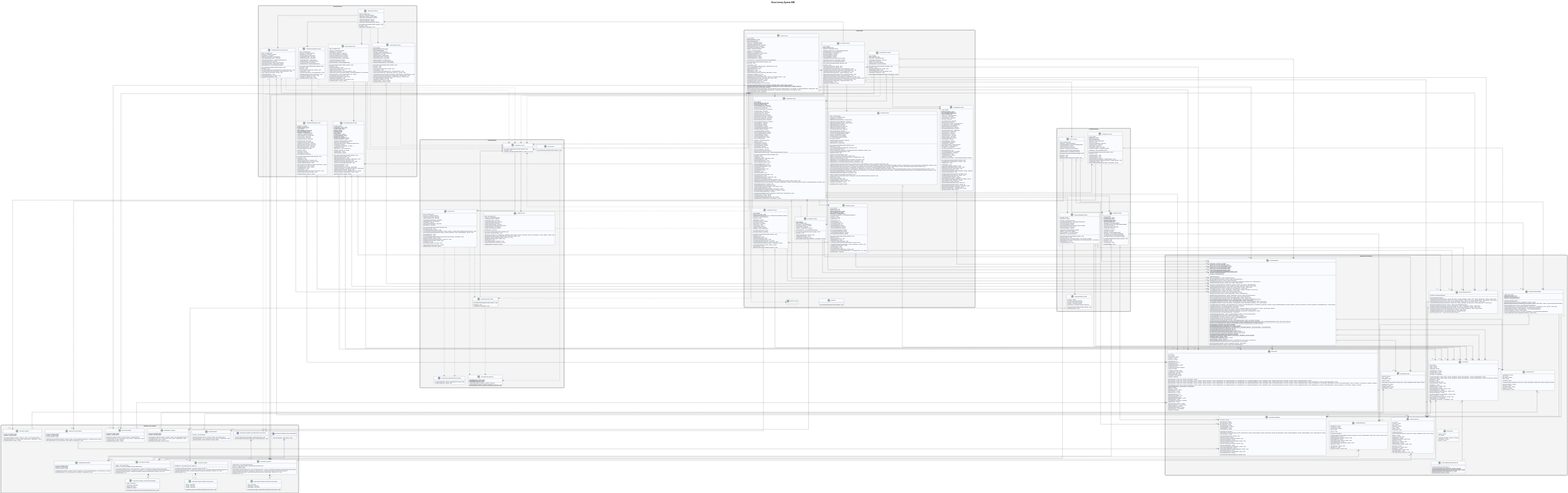
The PlantUML diagram UML/plantuml.svg in CMPUT301-Bugfix/bugfix-events, before a commit.
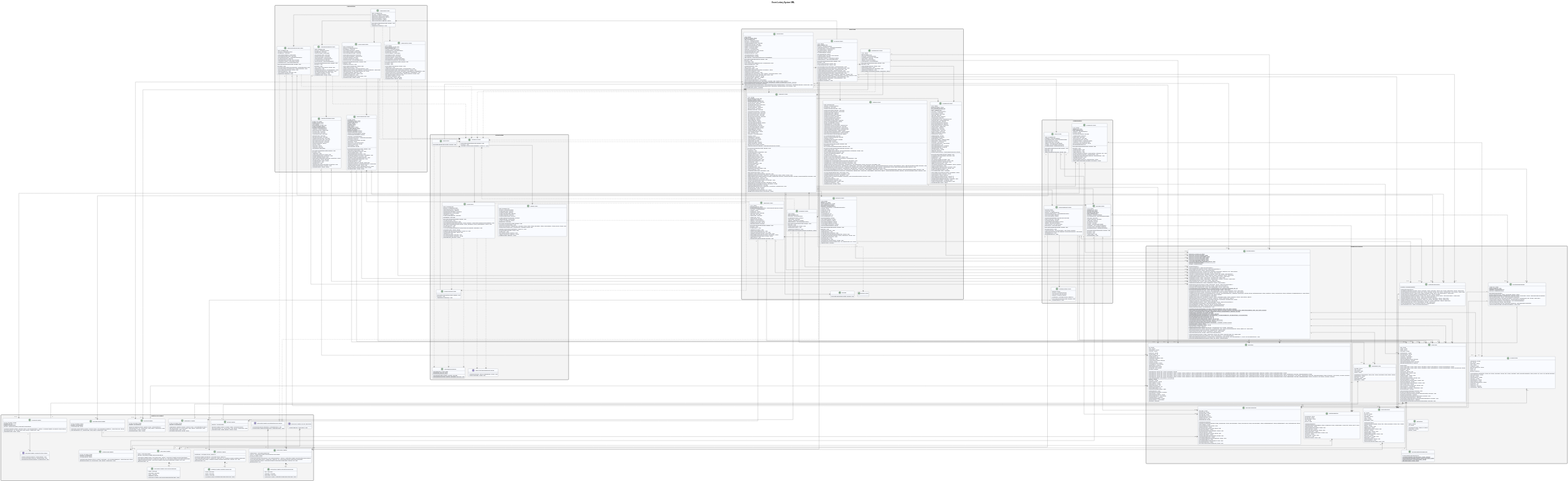
The same file after the commit.

Commit message:
Current UML Diagram

Diff of the diagram source:
```diff
@@ -153,6 +153,7 @@
     -myWaitlistButton: Button
     -messagesButton: Button
     -notificationsRecyclerView: RecyclerView
+    -hostEventButton: Button
     -notificationAdapter: NotificationAdapter
     -notificationList: List<NotificationItem>
     #onCreate(savedInstanceState: Bundle): void
@@ -177,9 +178,9 @@
     -auth: FirebaseAuth
     -firestore: FirebaseFirestore
     -backButton: TextView
-    -updateInformationHeader: LinearLayout
+    -updateInformationHeader: View
     -updateInformationIndicator: TextView
-    -updateInformationContent: LinearLayout
+    -updateInformationContent: ScrollView
     -updateNameInput: EditText
     -updateEmailInput: EditText
     -updateUsernameInput: EditText
@@ -190,7 +191,16 @@
     -saveProfileChangesButton: Button
     -deleteAccountButton: Button
     -loadingIndicator: ProgressBar
+    -notificationPreferencesHeader: LinearLayout
+    -notificationPreferencesIndicator: TextView
+    -notificationPreferencesContent: LinearLayout
+    -optInCoorganizerInvitesSwitch: SwitchCompat
+    -optInPrivateInvitesSwitch: SwitchCompat
+    -optInWinningNotificationsSwitch: SwitchCompat
+    -optInOtherNotificationsSwitch: SwitchCompat
+    -saveNotificationPreferencesButton: Button
     -isAccordionExpanded: boolean
+    -isNotifAccordionExpanded: boolean
     -isSaving: boolean
     -pendingSignOutAfterSave: boolean
     -profileLoaded: boolean
@@ -198,8 +208,10 @@
     #onCreate(savedInstanceState: Bundle): void
     #onResume(): void
     -setAccordionExpanded(expanded: boolean): void
+    -setNotifAccordionExpanded(expanded: boolean): void
     -loadCurrentProfile(): void
     -applyLoadedProfile(snapshot: DocumentSnapshot, authEmail: String): void
+    -onSaveNotifPreferencesClicked(): void
     -refreshVerifiedEmailIfNeeded(): void
     -onSaveClicked(): void
     -onDeleteAccountClicked(): void
@@ -351,6 +363,7 @@
     -loadEvent(): void
     -renderEvent(event: EventItem): void
     -openEventEditor(): void
+    -openQrCodeScreen(): void
     -openEntrantsScreen(): void
     -openCommentsScreen(): void
     -openMessageScreen(): void
@@ -483,17 +496,23 @@
     -canDeleteComments: boolean
     -commentInput: EditText
     -emptyState: TextView
+    -replyingToText: TextView
     -commentsListView: ListView
     -commentAdapter: CommentAdapter
     -comments: List<CommentItem>
+    -selectedParentCommentId: String
+    -selectedReplyDepth: int
     #onCreate(savedInstanceState: Bundle): void
     #onStart(): void
     -loadEventState(): void
     -postComment(): void
     -loadComments(): void
+    -voteOnComment(comment: CommentItem, voteValue: int): void
     -deleteComment(comment: CommentItem): void
     -showDeleteCommentDialog(comment: CommentItem): void
     -updateEmptyState(): void
+    -clearReplyMode(): void
+    -safeUsername(comment: CommentItem): String
     -buildLoadErrorMessage(exception: Exception): String
   }
 
@@ -624,6 +643,7 @@
     -firestore: FirebaseFirestore
     -deleteProfileButton: Button
     -assignCoorganizerButton: Button
+    -removeOrganizerButton: Button
     -repository: EventRepository
     -notificationRepository: NotificationRepository
     -isDeleting: boolean
@@ -635,7 +655,9 @@
     -sourceEventId: String
     #onCreate(savedInstanceState: Bundle): void
     -onDeleteProfileClicked(): void
+    -onRemoveOrganizerClicked(): void
     -deleteViewedProfile(): void
+    -removeOrganizerPrivileges(): void
     -handleDeleteFailure(exception: Exception): void
     -setDeleting(deleting: boolean): void
     -configureAssignCoorganizerButton(): void
@@ -824,9 +846,14 @@
     -firstNonEmpty(candidates: String): String
     -{static} hasText(value: String): boolean
     +addComment(eventId: String, currentUser: FirebaseUser, text: String): Task<Void>
+    +addComment(eventId: String, currentUser: FirebaseUser, text: String, parentCommentId: String, depth: int): Task<Void>
     -getCommentDisplayName(currentUser: FirebaseUser): Task<String>
     +deleteComment(eventId: String, commentId: String): Task<Void>
     +getComments(eventId: String): Task<List<CommentItem>>
+    +voteOnComment(eventId: String, commentId: String, uid: String, newVoteValue: int): Task<Void>
+    -buildThreadedComments(allComments: List<CommentItem>): List<CommentItem>
+    -addCommentWithReplies(parent: CommentItem, childrenMap: Map<String, List<CommentItem>>, result: List<CommentItem>): void
+    +hasUserCommentedOnEvent(eventId: String, uid: String): Task<Boolean>
   }
 
   class NotificationRepository {
@@ -835,6 +862,7 @@
     +sendBatchNotification(eventId: String, eventTitle: String, message: String, type: String, statusFilter: String): Task<Void>
     +sendToSpecificUsers(eventId: String, title: String, message: String, type: String, recipientUids: List<String>): Task<Void>
     +sendInvitations(eventId: String, title: String, message: String, users: List<UserProfile>): Task<Void>
+    -checkPreference(userSnapshot: DocumentSnapshot, type: String): boolean
     +sendCoOrganizerInvitation(eventId: String, title: String, message: String, users: List<UserProfile>): Task<Void>
     +getNotificationsForUser(uid: String): Task<List<NotificationItem>>
     +updateNotificationStatus(uid: String, notificationId: String, newStatus: String): Task<Void>
@@ -928,6 +956,12 @@
     -phoneNumber: String
     -accountType: String
     -createdAt: Timestamp
+    -suspended: boolean
+    -optInCoorganizerInvites: boolean
+    -optInPrivateInvites: boolean
+    -optInWinningNotifications: boolean
+    -optInOtherNotifications: boolean
+    +UserProfile()
     +UserProfile(name: String, email: String, username: String, usernameKey: String, phoneNumber: String)
     +UserProfile(name: String, email: String, username: String, usernameKey: String, phoneNumber: String, accountType: String)
     +getName(): String
@@ -946,6 +980,16 @@
     +setAccountType(accountType: String): void
     +getCreatedAt(): Timestamp
     +setCreatedAt(createdAt: Timestamp): void
+    +getSuspended(): boolean
+    +setSuspended(suspended: boolean): void
+    +isOptInCoorganizerInvites(): boolean
+    +setOptInCoorganizerInvites(optInCoorganizerInvites: boolean): void
+    +isOptInPrivateInvites(): boolean
+    +setOptInPrivateInvites(optInPrivateInvites: boolean): void
+    +isOptInWinningNotifications(): boolean
+    +setOptInWinningNotifications(optInWinningNotifications: boolean): void
+    +isOptInOtherNotifications(): boolean
+    +setOptInOtherNotifications(optInOtherNotifications: boolean): void
   }
 
   class CommentItem {
@@ -954,12 +998,22 @@
     -username: String
     -text: String
     -createdAt: Date
-    +CommentItem(commentId: String, uid: String, username: String, text: String, createdAt: Date)
+    -parentCommentId: String
+    -depth: int
+    -score: int
+    -deleted: boolean
+    +CommentItem(commentId: String, uid: String, username: String, text: String, createdAt: Date, parentCommentId: String, depth: int, score: int, deleted: boolean)
     +getCommentId(): String
     +getUid(): String
     +getUsername(): String
     +getText(): String
+    +getRawText(): String
     +getCreatedAt(): Date
+    +getParentCommentId(): String
+    +getDepth(): int
+    +getScore(): int
+    +isDeleted(): boolean
+    +isTopLevel(): boolean
   }
 
   class ChatMessageItem {
@@ -1083,10 +1137,18 @@
 
   class CommentAdapter {
     -{static} DATE_PATTERN: String
+    -{static} INDENT_DP: int
     -inflater: LayoutInflater
-    +CommentAdapter(context: Context, items: List<CommentItem>)
+    -listener: CommentAdapter.CommentActionListener
+    +CommentAdapter(context: Context, items: List<CommentItem>, listener: CommentAdapter.CommentActionListener)
     +getView(position: int, convertView: View, parent: ViewGroup): View
     -formatDate(date: Date): String
+  }
+
+  interface "CommentAdapter.CommentActionListener" as CommentAdapter_CommentActionListener {
+    ~onReplyClicked(comment: CommentItem): void
+    ~onUpvoteClicked(comment: CommentItem): void
+    ~onDownvoteClicked(comment: CommentItem): void
   }
 
   class ChatMessageAdapter {
@@ -1193,6 +1255,7 @@
 HostedEventsActivity --> ViewEventActivity
 HostedEventsActivity ..> AuthMenuActivity
 ViewEventActivity --> CreateEventActivity
+ViewEventActivity --> QRCode
 ViewEventActivity --> EntrantsActivity
 ViewEventActivity --> CommentsActivity
 ViewEventActivity --> MessageActivity
@@ -1285,6 +1348,7 @@
 WaitlistEntryAdapter "1" -[norank]-> "0..*" WaitlistEntryItem
 EntrantAdapter "1" -[norank]-> "0..*" UserProfile
 CommentAdapter "1" -[norank]-> "0..*" CommentItem
+CommentAdapter "1" -[norank]-> "1" CommentAdapter_CommentActionListener
 ChatMessageAdapter "1" -[norank]-> "0..*" ChatMessageItem
 MessageThreadAdapter "1" -[norank]-> "0..*" MessageThreadItem
 UserSearchAdapter "1" -[norank]-> "0..*" UserProfile
@@ -1343,6 +1407,7 @@
 WaitlistEntryItem -[hidden]down-> WaitlistEntryAdapter
 UserProfile -[hidden]down-> EntrantAdapter
 CommentItem -[hidden]down-> CommentAdapter
+CommentAdapter -[hidden]down-> CommentAdapter_CommentActionListener
 CommentAdapter -[hidden]right-> MessageThreadAdapter
 EventListAdapter -[hidden]down-> ChatMessageAdapter
 ChatMessageAdapter -[hidden]right-> UserSearchAdapter
```
